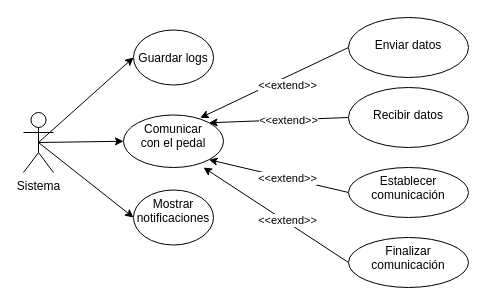
The draw.io diagram document/images/diagram-usecase-system.drawio in lcasan/Thesis, before the edit. Source tidied: cells renumbered, new cells numbered last; positions are measured from the earlier drawing's top-left corner, leaving out a move shared by most shapes. Both pictures are drawn from the tidied source at 100%, with x=0, y=0 at pixel (23, 17).
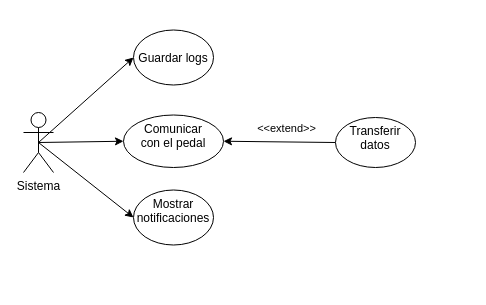
After the change.

The change refers to these unchanged cells:
```xml
<mxCell id="7" value="Comunicar &lt;br&gt;con el pedal" style="ellipse;whiteSpace=wrap;html=1;verticalAlign=top;" parent="1" vertex="1">
  <mxGeometry x="100" y="97.5" width="100" height="52.5" as="geometry" />
</mxCell>
```

What changed in the source:
```diff
@@
-    <mxCell id="9" style="edgeStyle=none;html=1;exitX=0;exitY=0.5;exitDx=0;exitDy=0;entryX=0.768;entryY=0.054;entryDx=0;entryDy=0;entryPerimeter=0;" parent="1" edge="1" source="11" target="7">
-      <mxGeometry relative="1" as="geometry" />
-    </mxCell>
-    <mxCell id="10" value="&amp;lt;&amp;lt;extend&amp;gt;&amp;gt;" style="edgeLabel;html=1;align=center;verticalAlign=middle;" parent="9" vertex="1">
-      <mxGeometry x="-0.17" y="5" relative="1" as="geometry">
-        <mxPoint x="-2" y="4" as="offset" />
-      </mxGeometry>
-    </mxCell>
-    <mxCell id="11" value="&lt;br&gt;Enviar datos" style="ellipse;whiteSpace=wrap;html=1;verticalAlign=top;" parent="1" vertex="1">
-      <mxGeometry x="325" width="120" height="60" as="geometry" />
-    </mxCell>
-    <mxCell id="12" style="edgeStyle=none;html=1;exitX=0;exitY=0.5;exitDx=0;exitDy=0;entryX=1;entryY=0;entryDx=0;entryDy=0;" parent="1" edge="1" source="14" target="7">
-      <mxGeometry relative="1" as="geometry" />
-    </mxCell>
-    <mxCell id="13" value="&amp;lt;&amp;lt;extend&amp;gt;&amp;gt;" style="edgeLabel;html=1;align=center;verticalAlign=middle;" parent="12" vertex="1">
-      <mxGeometry x="-0.08" relative="1" as="geometry">
-        <mxPoint x="3" as="offset" />
-      </mxGeometry>
-    </mxCell>
-    <mxCell id="14" value="&lt;br&gt;Recibir datos" style="ellipse;whiteSpace=wrap;html=1;verticalAlign=top;" parent="1" vertex="1">
-      <mxGeometry x="325" y="70" width="120" height="60" as="geometry" />
-    </mxCell>
-    <mxCell id="15" style="edgeStyle=none;html=1;exitX=0;exitY=0.5;exitDx=0;exitDy=0;entryX=1;entryY=1;entryDx=0;entryDy=0;" parent="1" edge="1" source="17" target="7">
+    <mxCell id="15" style="edgeStyle=none;html=1;exitX=0;exitY=0.5;exitDx=0;exitDy=0;entryX=1;entryY=0.5;entryDx=0;entryDy=0;" parent="1" edge="1" source="17" target="7">
       <mxGeometry relative="1" as="geometry" />
     </mxCell>
     <mxCell id="16" value="&amp;lt;&amp;lt;extend&amp;gt;&amp;gt;" style="edgeLabel;html=1;align=center;verticalAlign=middle;" parent="15" vertex="1">
       <mxGeometry x="-0.09" relative="1" as="geometry">
-        <mxPoint x="2" as="offset" />
+        <mxPoint x="1" y="-14" as="offset" />
       </mxGeometry>
     </mxCell>
-    <mxCell id="17" value="Establecer comunicación" style="ellipse;whiteSpace=wrap;html=1;verticalAlign=top;" parent="1" vertex="1">
-      <mxGeometry x="325" y="150" width="120" height="50" as="geometry" />
+    <mxCell id="17" value="Transferir datos" style="ellipse;whiteSpace=wrap;html=1;verticalAlign=top;" parent="1" vertex="1">
+      <mxGeometry x="312" y="100" width="80" height="50" as="geometry" />
     </mxCell>
-    <mxCell id="18" style="edgeStyle=none;html=1;exitX=0;exitY=0.5;exitDx=0;exitDy=0;" parent="1" edge="1" source="20">
-      <mxGeometry relative="1" as="geometry">
-        <mxPoint x="180" y="150" as="targetPoint" />
-      </mxGeometry>
-    </mxCell>
-    <mxCell id="19" value="&amp;lt;&amp;lt;extend&amp;gt;&amp;gt;" style="edgeLabel;html=1;align=center;verticalAlign=middle;" parent="18" vertex="1">
-      <mxGeometry x="-0.1" relative="1" as="geometry">
-        <mxPoint x="4" as="offset" />
-      </mxGeometry>
-    </mxCell>
-    <mxCell id="20" value="Finalizar comunicación" style="ellipse;whiteSpace=wrap;html=1;verticalAlign=top;" parent="1" vertex="1">
-      <mxGeometry x="325" y="220" width="120" height="50" as="geometry" />
-    </mxCell>
```
